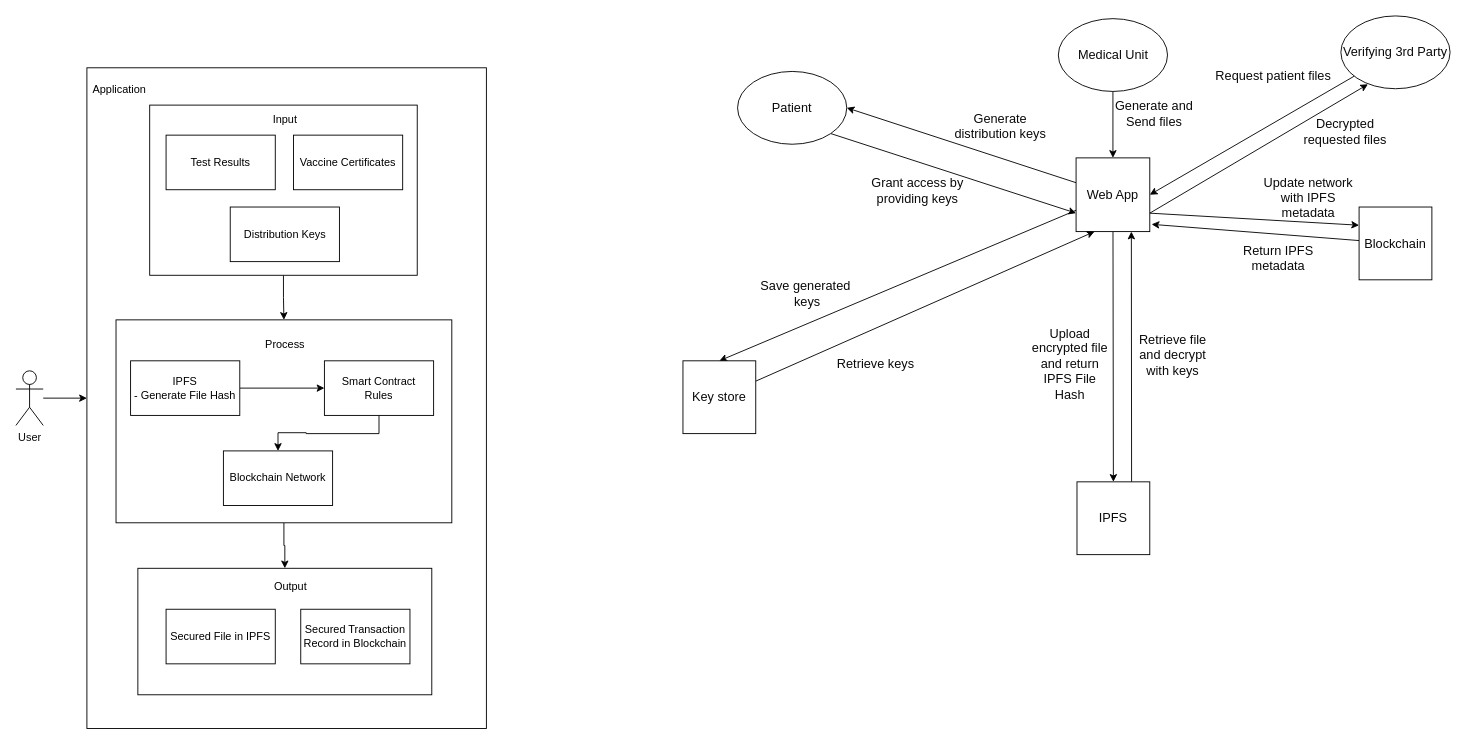
Above: jeng/diagrams/conceptual framework.drawio in jengfad/capstone (draw.io), before the change. Source tidied: cells renumbered, new cells numbered last; positions are measured from the earlier drawing's top-left corner, leaving out a move shared by most shapes. Both pictures are drawn from the tidied source at 91%, with x=0, y=0 at pixel (15, 15).
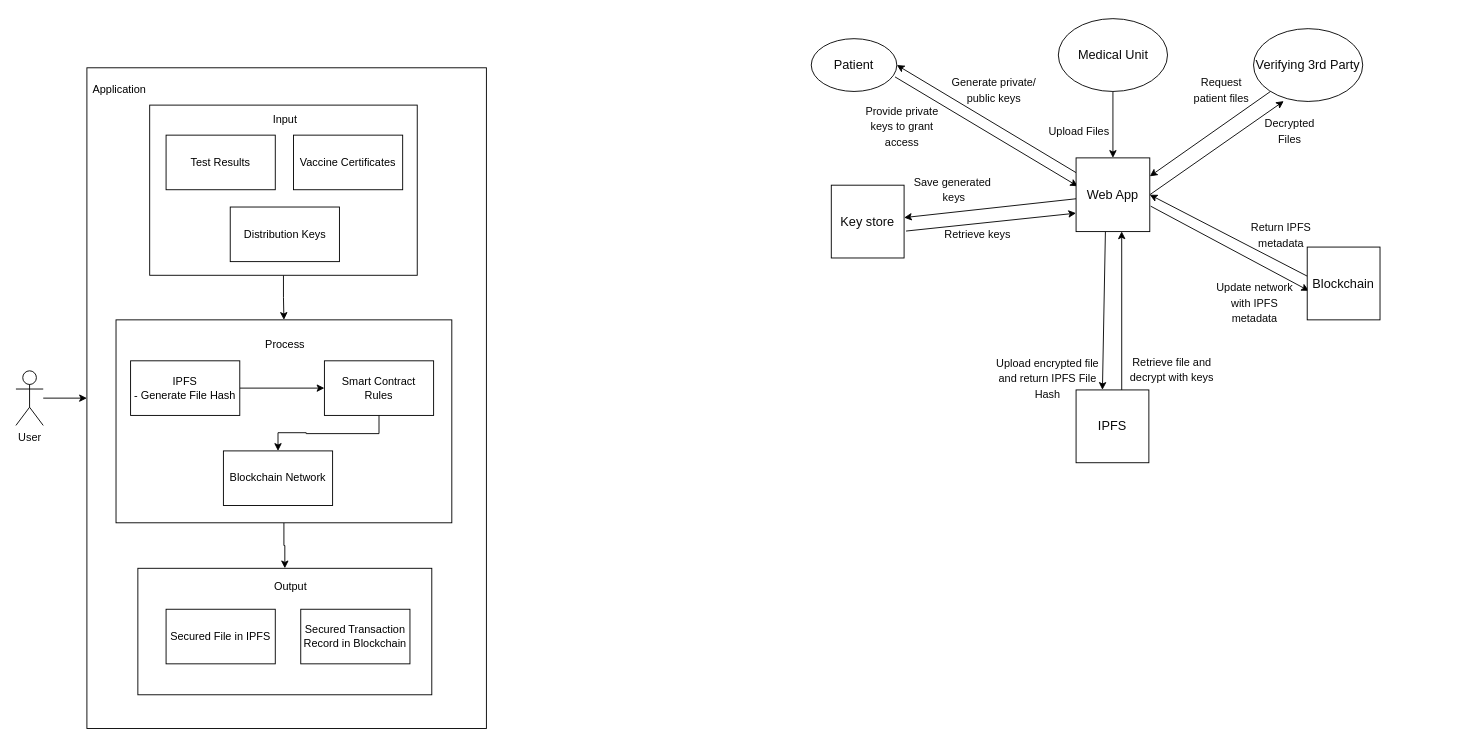
The same page after the edit.

Commit message (it also covers changes not shown here):
jeng - ch4 added verbiages to diagrams and updated diagrams

Unchanged cells that the change refers to:
```xml
<mxCell id="35" value="Web App" style="whiteSpace=wrap;html=1;fontSize=14;fontColor=#0A0A0A;" parent="1" vertex="1">
  <mxGeometry x="1165" y="156" width="81" height="81" as="geometry" />
</mxCell>
```

The edit, as a diff of the source:
```diff
@@
-    <mxCell id="24" style="edgeStyle=none;rounded=0;jettySize=auto;html=1;entryX=0;entryY=0.75;entryDx=0;entryDy=0;fontSize=14;fontColor=#0A0A0A;exitX=1;exitY=1;exitDx=0;exitDy=0;" parent="1" edge="1" source="25" target="35">
+    <mxCell id="24" style="edgeStyle=none;rounded=0;jettySize=auto;html=1;entryX=0.024;entryY=0.385;entryDx=0;entryDy=0;fontSize=14;fontColor=#0A0A0A;exitX=0.979;exitY=0.724;exitDx=0;exitDy=0;exitPerimeter=0;entryPerimeter=0;" parent="1" edge="1" source="25" target="35">
       <mxGeometry relative="1" as="geometry" />
     </mxCell>
     <mxCell id="25" value="Patient" style="ellipse;whiteSpace=wrap;html=1;fontSize=14;fontColor=#0A0A0A;" parent="1" vertex="1">
-      <mxGeometry x="793" y="61" width="120" height="80" as="geometry" />
+      <mxGeometry x="874" y="25" width="94" height="58" as="geometry" />
     </mxCell>
@@
-    <mxCell id="28" style="edgeStyle=none;rounded=0;jettySize=auto;html=1;entryX=1;entryY=0.5;entryDx=0;entryDy=0;fontSize=14;fontColor=#0A0A0A;" parent="1" edge="1" source="29" target="35">
+    <mxCell id="28" style="edgeStyle=none;rounded=0;jettySize=auto;html=1;fontSize=14;fontColor=#0A0A0A;entryX=1;entryY=0.25;entryDx=0;entryDy=0;" parent="1" edge="1" source="29" target="35">
       <mxGeometry relative="1" as="geometry" />
     </mxCell>
     <mxCell id="29" value="Verifying 3rd Party" style="ellipse;whiteSpace=wrap;html=1;fontSize=14;fontColor=#0A0A0A;" parent="1" vertex="1">
-      <mxGeometry x="1456" width="120" height="80" as="geometry" />
+      <mxGeometry x="1360" y="14" width="120" height="80" as="geometry" />
     </mxCell>
-    <mxCell id="30" style="edgeStyle=none;rounded=0;jettySize=auto;html=1;entryX=0.5;entryY=0;entryDx=0;entryDy=0;fontSize=14;fontColor=#0A0A0A;" parent="1" edge="1" source="35" target="41">
+    <mxCell id="30" style="edgeStyle=none;rounded=0;jettySize=auto;html=1;fontSize=14;fontColor=#0A0A0A;" parent="1" edge="1" source="35" target="41">
       <mxGeometry relative="1" as="geometry" />
     </mxCell>
-    <mxCell id="31" style="edgeStyle=none;rounded=0;jettySize=auto;html=1;entryX=0.5;entryY=0;entryDx=0;entryDy=0;fontSize=14;fontColor=#0A0A0A;" parent="1" edge="1" source="35" target="39">
+    <mxCell id="31" style="edgeStyle=none;rounded=0;jettySize=auto;html=1;entryX=0.362;entryY=-0.001;entryDx=0;entryDy=0;fontSize=14;fontColor=#0A0A0A;exitX=0.398;exitY=0.998;exitDx=0;exitDy=0;exitPerimeter=0;entryPerimeter=0;" parent="1" edge="1" source="35" target="39">
       <mxGeometry relative="1" as="geometry" />
     </mxCell>
-    <mxCell id="32" style="edgeStyle=none;rounded=0;jettySize=auto;html=1;entryX=0;entryY=0.25;entryDx=0;entryDy=0;fontSize=14;fontColor=#0A0A0A;exitX=1;exitY=0.75;exitDx=0;exitDy=0;" parent="1" edge="1" source="35" target="37">
+    <mxCell id="32" style="edgeStyle=none;rounded=0;jettySize=auto;html=1;entryX=0.024;entryY=0.601;entryDx=0;entryDy=0;fontSize=14;fontColor=#0A0A0A;exitX=1.012;exitY=0.655;exitDx=0;exitDy=0;entryPerimeter=0;exitPerimeter=0;" parent="1" edge="1" source="35" target="37">
       <mxGeometry relative="1" as="geometry" />
     </mxCell>
-    <mxCell id="33" style="edgeStyle=none;rounded=0;jettySize=auto;html=1;entryX=1;entryY=0.5;entryDx=0;entryDy=0;fontSize=14;fontColor=#0A0A0A;" parent="1" edge="1" source="35" target="25">
+    <mxCell id="33" style="edgeStyle=none;rounded=0;jettySize=auto;html=1;fontSize=14;fontColor=#0A0A0A;entryX=1;entryY=0.5;entryDx=0;entryDy=0;" parent="1" edge="1" source="35" target="25">
       <mxGeometry relative="1" as="geometry" />
     </mxCell>
-    <mxCell id="34" style="edgeStyle=none;rounded=0;jettySize=auto;html=1;fontSize=14;fontColor=#0A0A0A;exitX=1;exitY=0.75;exitDx=0;exitDy=0;entryX=0.248;entryY=0.939;entryDx=0;entryDy=0;entryPerimeter=0;" parent="1" edge="1" source="35" target="29">
+    <mxCell id="34" style="edgeStyle=none;rounded=0;jettySize=auto;html=1;fontSize=14;fontColor=#0A0A0A;exitX=1;exitY=0.5;exitDx=0;exitDy=0;entryX=0.277;entryY=0.995;entryDx=0;entryDy=0;entryPerimeter=0;" parent="1" edge="1" source="35" target="29">
       <mxGeometry relative="1" as="geometry" />
     </mxCell>
@@
-    <mxCell id="36" style="edgeStyle=none;rounded=0;jettySize=auto;html=1;fontSize=14;fontColor=#0A0A0A;" parent="1" edge="1" source="37">
-      <mxGeometry relative="1" as="geometry">
-        <mxPoint x="1248" y="229" as="targetPoint" />
-      </mxGeometry>
+    <mxCell id="36" style="edgeStyle=none;rounded=0;jettySize=auto;html=1;fontSize=14;fontColor=#0A0A0A;exitX=0.003;exitY=0.401;exitDx=0;exitDy=0;exitPerimeter=0;entryX=1;entryY=0.5;entryDx=0;entryDy=0;" parent="1" edge="1" source="37" target="35">
+      <mxGeometry relative="1" as="geometry" />
     </mxCell>
     <mxCell id="37" value="Blockchain" style="whiteSpace=wrap;html=1;fontSize=14;fontColor=#0A0A0A;" parent="1" vertex="1">
-      <mxGeometry x="1476" y="210" width="80" height="80" as="geometry" />
+      <mxGeometry x="1419" y="254" width="80" height="80" as="geometry" />
     </mxCell>
-    <mxCell id="38" style="edgeStyle=none;rounded=0;jettySize=auto;html=1;entryX=0.75;entryY=1;entryDx=0;entryDy=0;fontSize=14;fontColor=#0A0A0A;exitX=0.75;exitY=0;exitDx=0;exitDy=0;" parent="1" edge="1" source="39" target="35">
+    <mxCell id="38" style="edgeStyle=none;rounded=0;jettySize=auto;html=1;fontSize=14;fontColor=#0A0A0A;exitX=0.627;exitY=0.01;exitDx=0;exitDy=0;entryX=0.619;entryY=0.997;entryDx=0;entryDy=0;entryPerimeter=0;exitPerimeter=0;" parent="1" edge="1" source="39" target="35">
       <mxGeometry relative="1" as="geometry" />
     </mxCell>
     <mxCell id="39" value="IPFS" style="whiteSpace=wrap;html=1;fontSize=14;fontColor=#0A0A0A;" parent="1" vertex="1">
-      <mxGeometry x="1166" y="512" width="80" height="80" as="geometry" />
+      <mxGeometry x="1165" y="411" width="80" height="80" as="geometry" />
     </mxCell>
-    <mxCell id="40" style="edgeStyle=none;rounded=0;jettySize=auto;html=1;entryX=0.25;entryY=1;entryDx=0;entryDy=0;fontSize=14;fontColor=#0A0A0A;" parent="1" edge="1" source="41" target="35">
+    <mxCell id="40" style="edgeStyle=none;rounded=0;jettySize=auto;html=1;fontSize=14;fontColor=#0A0A0A;exitX=1.027;exitY=0.63;exitDx=0;exitDy=0;entryX=0;entryY=0.75;entryDx=0;entryDy=0;exitPerimeter=0;" parent="1" edge="1" source="41" target="35">
       <mxGeometry relative="1" as="geometry" />
     </mxCell>
     <mxCell id="41" value="Key store" style="whiteSpace=wrap;html=1;fontSize=14;fontColor=#0A0A0A;" parent="1" vertex="1">
-      <mxGeometry x="733" y="379" width="80" height="80" as="geometry" />
+      <mxGeometry x="896" y="186" width="80" height="80" as="geometry" />
     </mxCell>
-    <mxCell id="42" value="Generate and Send files" style="text;html=1;strokeColor=none;fillColor=none;align=center;verticalAlign=middle;whiteSpace=wrap;rounded=0;fontSize=14;fontColor=#0A0A0A;" parent="1" vertex="1">
-      <mxGeometry x="1207" y="97" width="88" height="20" as="geometry" />
+    <mxCell id="42" value="&lt;font style=&quot;font-size: 12px&quot;&gt;Upload Files&lt;/font&gt;" style="text;html=1;strokeColor=none;fillColor=none;align=center;verticalAlign=middle;whiteSpace=wrap;rounded=0;fontSize=14;fontColor=#0A0A0A;" parent="1" vertex="1">
+      <mxGeometry x="1120" y="102.5" width="97" height="47" as="geometry" />
     </mxCell>
@@
-    <mxCell id="44" value="Generate distribution keys" style="text;html=1;strokeColor=none;fillColor=none;align=center;verticalAlign=middle;whiteSpace=wrap;rounded=0;fontSize=14;fontColor=#0A0A0A;" parent="1" vertex="1">
-      <mxGeometry x="1023" y="111" width="118" height="20" as="geometry" />
+    <mxCell id="44" value="&lt;font style=&quot;font-size: 12px&quot;&gt;Generate private/&lt;br&gt;public keys&lt;/font&gt;" style="text;html=1;strokeColor=none;fillColor=none;align=center;verticalAlign=middle;whiteSpace=wrap;rounded=0;fontSize=14;fontColor=#0A0A0A;" parent="1" vertex="1">
+      <mxGeometry x="1023" y="49.5" width="104" height="63" as="geometry" />
     </mxCell>
-    <mxCell id="45" value="Grant access by providing keys" style="text;html=1;strokeColor=none;fillColor=none;align=center;verticalAlign=middle;whiteSpace=wrap;rounded=0;fontSize=14;fontColor=#0A0A0A;" parent="1" vertex="1">
-      <mxGeometry x="932" y="181.5" width="118" height="20" as="geometry" />
+    <mxCell id="45" value="&lt;font style=&quot;font-size: 12px&quot;&gt;Provide private keys to grant access&lt;/font&gt;" style="text;html=1;strokeColor=none;fillColor=none;align=center;verticalAlign=middle;whiteSpace=wrap;rounded=0;fontSize=14;fontColor=#0A0A0A;" parent="1" vertex="1">
+      <mxGeometry x="920" y="91.5" width="108" height="58" as="geometry" />
     </mxCell>
-    <mxCell id="46" value="Save generated&lt;br&gt;&amp;nbsp;keys" style="text;html=1;strokeColor=none;fillColor=none;align=center;verticalAlign=middle;whiteSpace=wrap;rounded=0;fontSize=14;fontColor=#0A0A0A;" parent="1" vertex="1">
-      <mxGeometry x="793" y="295" width="150" height="20" as="geometry" />
+    <mxCell id="46" value="&lt;font style=&quot;font-size: 12px&quot;&gt;Save generated&lt;br&gt;&amp;nbsp;keys&lt;/font&gt;" style="text;html=1;strokeColor=none;fillColor=none;align=center;verticalAlign=middle;whiteSpace=wrap;rounded=0;fontSize=14;fontColor=#0A0A0A;" parent="1" vertex="1">
+      <mxGeometry x="982" y="170" width="95" height="40" as="geometry" />
     </mxCell>
-    <mxCell id="47" value="Request patient files" style="text;html=1;strokeColor=none;fillColor=none;align=center;verticalAlign=middle;whiteSpace=wrap;rounded=0;fontSize=14;fontColor=#0A0A0A;" parent="1" vertex="1">
-      <mxGeometry x="1288" y="56" width="188" height="20" as="geometry" />
+    <mxCell id="47" value="&lt;font style=&quot;font-size: 12px&quot;&gt;Request &lt;br&gt;patient files&lt;/font&gt;" style="text;html=1;strokeColor=none;fillColor=none;align=center;verticalAlign=middle;whiteSpace=wrap;rounded=0;fontSize=14;fontColor=#0A0A0A;" parent="1" vertex="1">
+      <mxGeometry x="1275" y="61.5" width="100" height="39" as="geometry" />
     </mxCell>
-    <mxCell id="48" value="Decrypted &lt;br&gt;requested files" style="text;html=1;strokeColor=none;fillColor=none;align=center;verticalAlign=middle;whiteSpace=wrap;rounded=0;fontSize=14;fontColor=#0A0A0A;" parent="1" vertex="1">
-      <mxGeometry x="1367" y="117" width="188" height="20" as="geometry" />
-    </mxCell>
-    <mxCell id="49" value="Upload encrypted file&lt;br&gt;and return IPFS File Hash" style="text;html=1;strokeColor=none;fillColor=none;align=center;verticalAlign=middle;whiteSpace=wrap;rounded=0;fontSize=14;fontColor=#0A0A0A;" parent="1" vertex="1">
-      <mxGeometry x="1114" y="372" width="89" height="20" as="geometry" />
+    <mxCell id="49" value="&lt;font style=&quot;font-size: 12px&quot;&gt;Upload encrypted file&lt;br&gt;and return IPFS File Hash&lt;/font&gt;" style="text;html=1;strokeColor=none;fillColor=none;align=center;verticalAlign=middle;whiteSpace=wrap;rounded=0;fontSize=14;fontColor=#0A0A0A;" parent="1" vertex="1">
+      <mxGeometry x="1072" y="362" width="124" height="71" as="geometry" />
     </mxCell>
-    <mxCell id="50" value="Retrieve file and decrypt with keys" style="text;html=1;strokeColor=none;fillColor=none;align=center;verticalAlign=middle;whiteSpace=wrap;rounded=0;fontSize=14;fontColor=#0A0A0A;" parent="1" vertex="1">
-      <mxGeometry x="1227" y="364" width="89" height="18" as="geometry" />
+    <mxCell id="50" value="&lt;font style=&quot;font-size: 12px&quot;&gt;Retrieve file and decrypt with keys&lt;/font&gt;" style="text;html=1;strokeColor=none;fillColor=none;align=center;verticalAlign=middle;whiteSpace=wrap;rounded=0;fontSize=14;fontColor=#0A0A0A;" parent="1" vertex="1">
+      <mxGeometry x="1209" y="365" width="123" height="46" as="geometry" />
     </mxCell>
-    <mxCell id="51" value="Update network with IPFS metadata" style="text;html=1;strokeColor=none;fillColor=none;align=center;verticalAlign=middle;whiteSpace=wrap;rounded=0;fontSize=14;fontColor=#0A0A0A;" parent="1" vertex="1">
-      <mxGeometry x="1360" y="190" width="121" height="20" as="geometry" />
+    <mxCell id="51" value="&lt;font style=&quot;font-size: 12px&quot;&gt;Update network with IPFS metadata&lt;/font&gt;" style="text;html=1;strokeColor=none;fillColor=none;align=center;verticalAlign=middle;whiteSpace=wrap;rounded=0;fontSize=14;fontColor=#0A0A0A;" parent="1" vertex="1">
+      <mxGeometry x="1311" y="285" width="101" height="60" as="geometry" />
     </mxCell>
-    <mxCell id="52" value="Return IPFS metadata" style="text;html=1;strokeColor=none;fillColor=none;align=center;verticalAlign=middle;whiteSpace=wrap;rounded=0;fontSize=14;fontColor=#0A0A0A;" parent="1" vertex="1">
-      <mxGeometry x="1327" y="256" width="121" height="20" as="geometry" />
+    <mxCell id="52" value="&lt;font style=&quot;font-size: 12px&quot;&gt;Return IPFS metadata&lt;/font&gt;" style="text;html=1;strokeColor=none;fillColor=none;align=center;verticalAlign=middle;whiteSpace=wrap;rounded=0;fontSize=14;fontColor=#0A0A0A;" parent="1" vertex="1">
+      <mxGeometry x="1339" y="221" width="103" height="38" as="geometry" />
     </mxCell>
@@
-    <mxCell id="54" value="Retrieve keys" style="text;html=1;strokeColor=none;fillColor=none;align=center;verticalAlign=middle;whiteSpace=wrap;rounded=0;fontSize=14;fontColor=#0A0A0A;" parent="1" vertex="1">
-      <mxGeometry x="870" y="372" width="150" height="20" as="geometry" />
+    <mxCell id="54" value="&lt;font style=&quot;font-size: 12px&quot;&gt;Retrieve keys&lt;/font&gt;" style="text;html=1;strokeColor=none;fillColor=none;align=center;verticalAlign=middle;whiteSpace=wrap;rounded=0;fontSize=14;fontColor=#0A0A0A;" parent="1" vertex="1">
+      <mxGeometry x="982" y="230" width="150" height="20" as="geometry" />
     </mxCell>
+    <mxCell id="55" value="&lt;span style=&quot;font-size: 12px&quot;&gt;Decrypted Files&lt;/span&gt;" style="text;html=1;strokeColor=none;fillColor=none;align=center;verticalAlign=middle;whiteSpace=wrap;rounded=0;fontSize=14;fontColor=#0A0A0A;" parent="1" vertex="1">
+      <mxGeometry x="1373" y="103" width="54" height="46" as="geometry" />
+    </mxCell>
```
